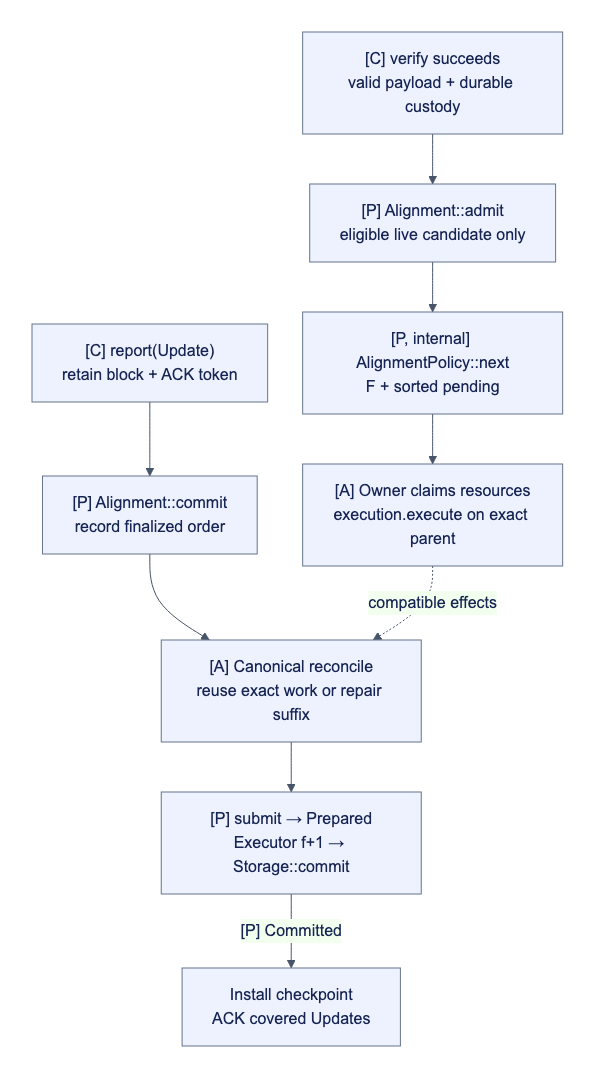
The Mermaid diagram docs/assets/diagrams/diagram-53.png in djm07073/baton, before a commit. Its source is kept beside it as docs/assets/diagrams/diagram-53.mmd.
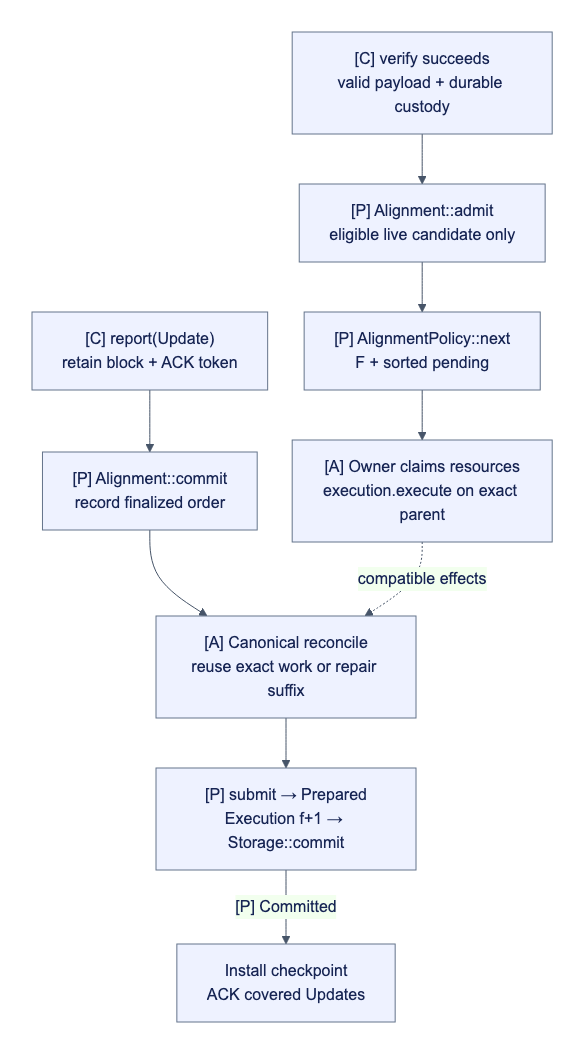
The same file after the commit.

Diff of the diagram source:
```diff
@@ -1,9 +1,9 @@
 flowchart TB
     V["[C] verify succeeds<br/>valid payload + durable custody"] --> A["[P] Alignment::admit<br/>eligible live candidate only"]
-    A --> N["[P, internal] AlignmentPolicy::next<br/>F + sorted pending"]
+    A --> N["[P] AlignmentPolicy::next<br/>F + sorted pending"]
     N --> E["[A] Owner claims resources<br/>execution.execute on exact parent"]
     U["[C] report(Update)<br/>retain block + ACK token"] --> O["[P] Alignment::commit<br/>record finalized order"]
     O --> R["[A] Canonical reconcile<br/>reuse exact work or repair suffix"]
     E -.->|"compatible effects"| R
-    R --> S["[P] submit → Prepared<br/>Executor f+1 → Storage::commit"]
+    R --> S["[P] submit → Prepared<br/>Execution f+1 → Storage::commit"]
     S -->|"[P] Committed"| D["Install checkpoint<br/>ACK covered Updates"]
```
